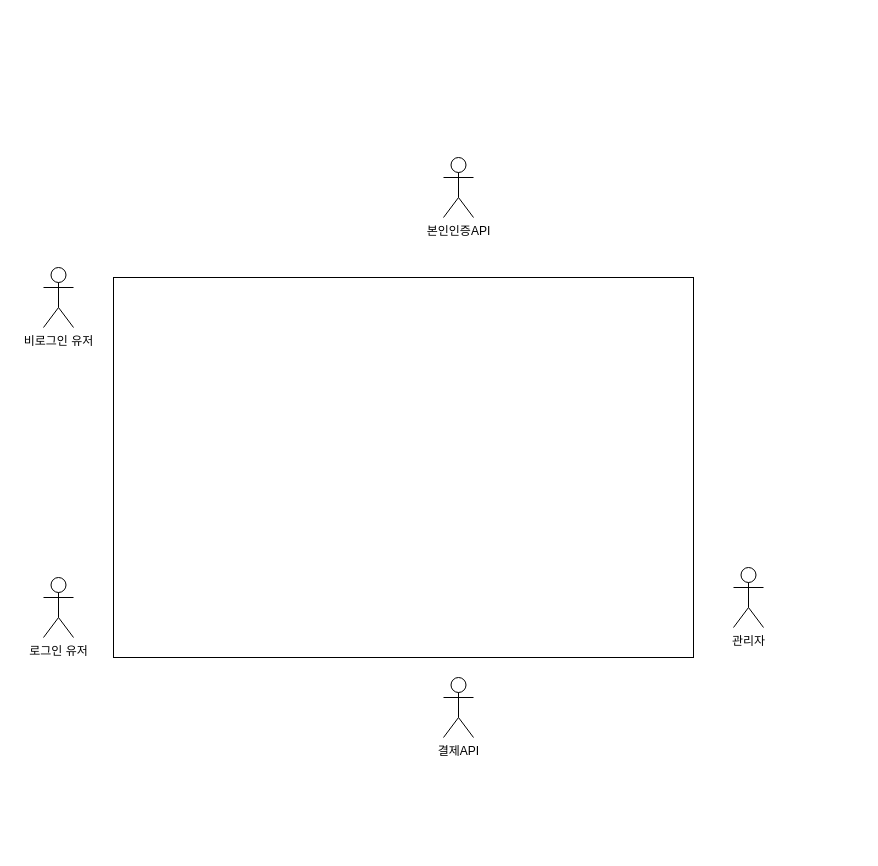
ostrichick/MaruProject keeps this draw.io diagram as 3.DB설계/유즈케이스 다이어그램.drawio. Above is the earlier version. Source tidied: cells renumbered, new cells numbered last; positions are measured from the earlier drawing's top-left corner, leaving out a move shared by most shapes. Both pictures are drawn from the tidied source at 100%, with x=0, y=0 at pixel (43, 157).
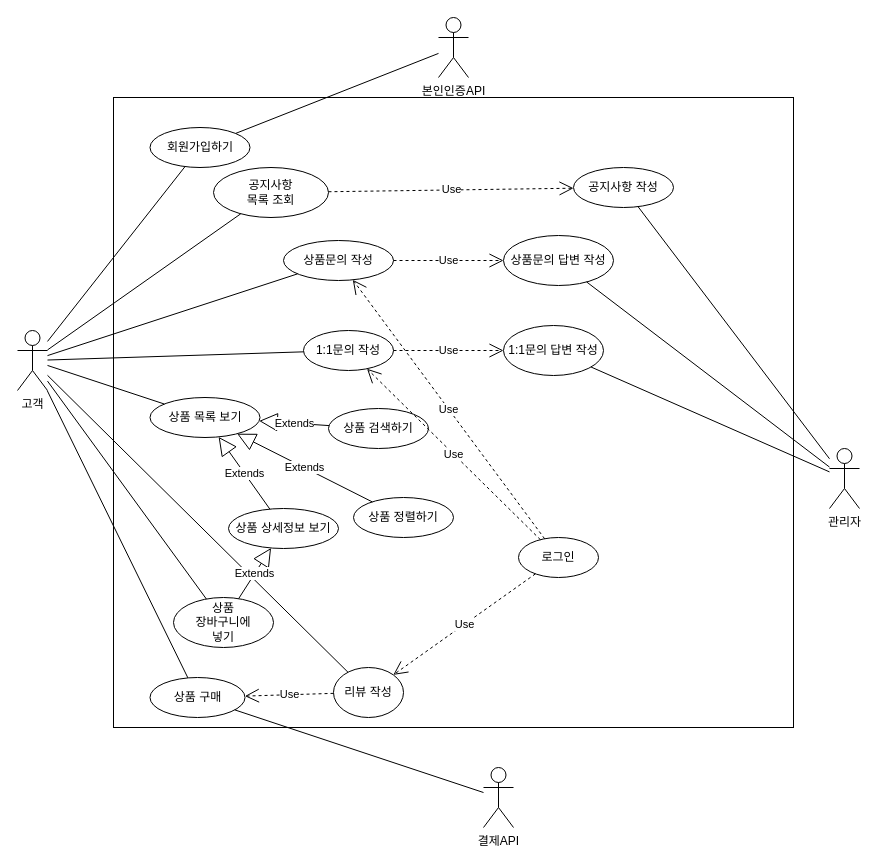
The same page after the edit.

Commit message:
유즈케이스 다이어그램.drawio 업데이트

What changed in the source:
```diff
@@
-    <mxCell id="2" value="비로그인 유저" style="shape=umlActor;verticalLabelPosition=bottom;verticalAlign=top;html=1;outlineConnect=0;" parent="1" vertex="1">
-      <mxGeometry y="110" width="30" height="60" as="geometry" />
+    <mxCell id="2" value="고객" style="shape=umlActor;verticalLabelPosition=bottom;verticalAlign=top;html=1;outlineConnect=0;" parent="1" vertex="1">
+      <mxGeometry x="-26" y="173" width="30" height="60" as="geometry" />
     </mxCell>
-    <mxCell id="3" value="로그인 유저" style="shape=umlActor;verticalLabelPosition=bottom;verticalAlign=top;html=1;" parent="1" vertex="1">
-      <mxGeometry y="420" width="30" height="60" as="geometry" />
-    </mxCell>
     <mxCell id="4" value="관리자" style="shape=umlActor;verticalLabelPosition=bottom;verticalAlign=top;html=1;outlineConnect=0;" parent="1" vertex="1">
-      <mxGeometry x="690" y="410" width="30" height="60" as="geometry" />
+      <mxGeometry x="786" y="291" width="30" height="60" as="geometry" />
     </mxCell>
     <mxCell id="5" value="결제API" style="shape=umlActor;verticalLabelPosition=bottom;verticalAlign=top;html=1;outlineConnect=0;" parent="1" vertex="1">
-      <mxGeometry x="400" y="520" width="30" height="60" as="geometry" />
+      <mxGeometry x="440" y="610" width="30" height="60" as="geometry" />
     </mxCell>
     <mxCell id="6" value="본인인증API" style="shape=umlActor;verticalLabelPosition=bottom;verticalAlign=top;html=1;outlineConnect=0;" parent="1" vertex="1">
-      <mxGeometry x="400" width="30" height="60" as="geometry" />
+      <mxGeometry x="395" y="-140" width="30" height="60" as="geometry" />
     </mxCell>
     <mxCell id="7" style="rounded=0;whiteSpace=wrap;html=1;" parent="1" vertex="1">
-      <mxGeometry x="70" y="120" width="580" height="380" as="geometry" />
+      <mxGeometry x="70" y="-60" width="680" height="630" as="geometry" />
     </mxCell>
+    <mxCell id="8" value="상품 상세정보 보기" style="ellipse;whiteSpace=wrap;html=1;" parent="1" vertex="1">
+      <mxGeometry x="185" y="351" width="110" height="40" as="geometry" />
+    </mxCell>
+    <mxCell id="9" value="상품 검색하기" style="ellipse;whiteSpace=wrap;html=1;" parent="1" vertex="1">
+      <mxGeometry x="285" y="251" width="100" height="40" as="geometry" />
+    </mxCell>
+    <mxCell id="10" value="상품 정렬하기" style="ellipse;whiteSpace=wrap;html=1;" parent="1" vertex="1">
+      <mxGeometry x="310" y="340" width="100" height="40" as="geometry" />
+    </mxCell>
+    <mxCell id="11" value="상품&lt;br&gt;장바구니에&lt;br&gt;넣기" style="ellipse;whiteSpace=wrap;html=1;" parent="1" vertex="1">
+      <mxGeometry x="130" y="440" width="100" height="50" as="geometry" />
+    </mxCell>
+    <mxCell id="12" value="회원가입하기" style="ellipse;whiteSpace=wrap;html=1;" parent="1" vertex="1">
+      <mxGeometry x="106.5" y="-30" width="100" height="40" as="geometry" />
+    </mxCell>
+    <mxCell id="13" value="로그인" style="ellipse;whiteSpace=wrap;html=1;" parent="1" vertex="1">
+      <mxGeometry x="475" y="380" width="80" height="40" as="geometry" />
+    </mxCell>
+    <mxCell id="14" style="endArrow=none;html=1;rounded=0;" parent="1" edge="1" source="12" target="6">
+      <mxGeometry relative="1" as="geometry" />
+    </mxCell>
+    <mxCell id="15" style="endArrow=none;html=1;rounded=0;" parent="1" edge="1" source="2" target="12">
+      <mxGeometry relative="1" as="geometry" />
+    </mxCell>
+    <mxCell id="16" value="상품 구매" style="ellipse;whiteSpace=wrap;html=1;" parent="1" vertex="1">
+      <mxGeometry x="106.5" y="520" width="95" height="40" as="geometry" />
+    </mxCell>
+    <mxCell id="17" style="endArrow=none;html=1;rounded=0;" parent="1" edge="1" source="5" target="16">
+      <mxGeometry relative="1" as="geometry" />
+    </mxCell>
+    <mxCell id="18" value="공지사항 작성" style="ellipse;whiteSpace=wrap;html=1;" parent="1" vertex="1">
+      <mxGeometry x="530" y="10" width="100" height="40" as="geometry" />
+    </mxCell>
+    <mxCell id="19" value="리뷰 작성" style="ellipse;whiteSpace=wrap;html=1;" parent="1" vertex="1">
+      <mxGeometry x="290" y="510" width="70" height="50" as="geometry" />
+    </mxCell>
+    <mxCell id="20" value="상품문의 작성" style="ellipse;whiteSpace=wrap;html=1;" parent="1" vertex="1">
+      <mxGeometry x="240" y="83" width="110" height="40" as="geometry" />
+    </mxCell>
+    <mxCell id="21" value="1:1문의 작성" style="ellipse;whiteSpace=wrap;html=1;" parent="1" vertex="1">
+      <mxGeometry x="260" y="173" width="90" height="40" as="geometry" />
+    </mxCell>
+    <mxCell id="22" value="상품문의 답변 작성" style="ellipse;whiteSpace=wrap;html=1;" parent="1" vertex="1">
+      <mxGeometry x="460" y="78" width="110" height="50" as="geometry" />
+    </mxCell>
+    <mxCell id="23" value="1:1문의 답변 작성" style="ellipse;whiteSpace=wrap;html=1;" parent="1" vertex="1">
+      <mxGeometry x="460" y="168" width="100" height="50" as="geometry" />
+    </mxCell>
+    <mxCell id="24" style="endArrow=none;html=1;rounded=0;" parent="1" edge="1" source="2" target="11">
+      <mxGeometry relative="1" as="geometry" />
+    </mxCell>
+    <mxCell id="25" style="endArrow=none;html=1;rounded=0;" parent="1" edge="1" source="19" target="2">
+      <mxGeometry relative="1" as="geometry" />
+    </mxCell>
+    <mxCell id="26" style="endArrow=none;html=1;rounded=0;" parent="1" edge="1" source="21" target="2">
+      <mxGeometry relative="1" as="geometry" />
+    </mxCell>
+    <mxCell id="27" style="endArrow=none;html=1;rounded=0;" parent="1" edge="1" source="4" target="18">
+      <mxGeometry relative="1" as="geometry" />
+    </mxCell>
+    <mxCell id="28" style="endArrow=none;html=1;rounded=0;" parent="1" edge="1" source="4" target="22">
+      <mxGeometry relative="1" as="geometry" />
+    </mxCell>
+    <mxCell id="29" style="endArrow=none;html=1;rounded=0;" parent="1" edge="1" source="4" target="23">
+      <mxGeometry relative="1" as="geometry" />
+    </mxCell>
+    <mxCell id="30" style="endArrow=none;html=1;rounded=0;" parent="1" edge="1" source="2" target="20">
+      <mxGeometry relative="1" as="geometry" />
+    </mxCell>
+    <mxCell id="31" value="상품 목록 보기" style="ellipse;whiteSpace=wrap;html=1;" parent="1" vertex="1">
+      <mxGeometry x="106.5" y="240" width="110" height="40" as="geometry" />
+    </mxCell>
+    <mxCell id="32" value="Extends" style="endArrow=block;endSize=16;endFill=0;html=1;rounded=0;" parent="1" edge="1" source="9" target="31">
+      <mxGeometry relative="1" as="geometry" />
+    </mxCell>
+    <mxCell id="33" value="Use" style="endArrow=open;endSize=12;dashed=1;html=1;rounded=0;" parent="1" edge="1" source="13" target="19">
+      <mxGeometry relative="1" as="geometry" />
+    </mxCell>
+    <mxCell id="34" value="Use" style="endArrow=open;endSize=12;dashed=1;html=1;rounded=0;" parent="1" edge="1" source="13" target="21">
+      <mxGeometry relative="1" as="geometry" />
+    </mxCell>
+    <mxCell id="35" value="Use" style="endArrow=open;endSize=12;dashed=1;html=1;rounded=0;" parent="1" edge="1" source="13" target="20">
+      <mxGeometry relative="1" as="geometry" />
+    </mxCell>
+    <mxCell id="36" style="endArrow=none;html=1;rounded=0;" parent="1" edge="1" source="2" target="31">
+      <mxGeometry relative="1" as="geometry" />
+    </mxCell>
+    <mxCell id="37" value="Use" style="endArrow=open;endSize=12;dashed=1;html=1;rounded=0;" parent="1" edge="1" source="21" target="23">
+      <mxGeometry relative="1" as="geometry" />
+    </mxCell>
+    <mxCell id="38" value="Use" style="endArrow=open;endSize=12;dashed=1;html=1;rounded=0;" parent="1" edge="1" source="20" target="22">
+      <mxGeometry relative="1" as="geometry" />
+    </mxCell>
+    <mxCell id="39" value="Extends" style="endArrow=block;endSize=16;endFill=0;html=1;rounded=0;" parent="1" edge="1" source="8" target="31">
+      <mxGeometry relative="1" as="geometry" />
+    </mxCell>
+    <mxCell id="40" value="Extends" style="endArrow=block;endSize=16;endFill=0;html=1;rounded=0;" parent="1" edge="1" source="11" target="8">
+      <mxGeometry relative="1" as="geometry" />
+    </mxCell>
+    <mxCell id="41" value="Extends" style="endArrow=block;endSize=16;endFill=0;html=1;rounded=0;" parent="1" edge="1" source="10" target="31">
+      <mxGeometry relative="1" as="geometry" />
+    </mxCell>
+    <mxCell id="42" style="endArrow=none;html=1;rounded=0;" parent="1" edge="1" source="2" target="16">
+      <mxGeometry relative="1" as="geometry" />
+    </mxCell>
+    <mxCell id="43" value="Use" style="endArrow=open;endSize=12;dashed=1;html=1;rounded=0;" parent="1" edge="1" source="19" target="16">
+      <mxGeometry relative="1" as="geometry" />
+    </mxCell>
+    <mxCell id="44" value="공지사항 &lt;br&gt;목록 조회" style="ellipse;whiteSpace=wrap;html=1;" parent="1" vertex="1">
+      <mxGeometry x="170" y="10" width="115" height="50" as="geometry" />
+    </mxCell>
+    <mxCell id="45" style="endArrow=none;html=1;rounded=0;" parent="1" edge="1" source="44" target="2">
+      <mxGeometry relative="1" as="geometry" />
+    </mxCell>
+    <mxCell id="46" value="Use" style="endArrow=open;endSize=12;dashed=1;html=1;rounded=0;" parent="1" edge="1" source="44" target="18">
+      <mxGeometry relative="1" as="geometry" />
+    </mxCell>
```
